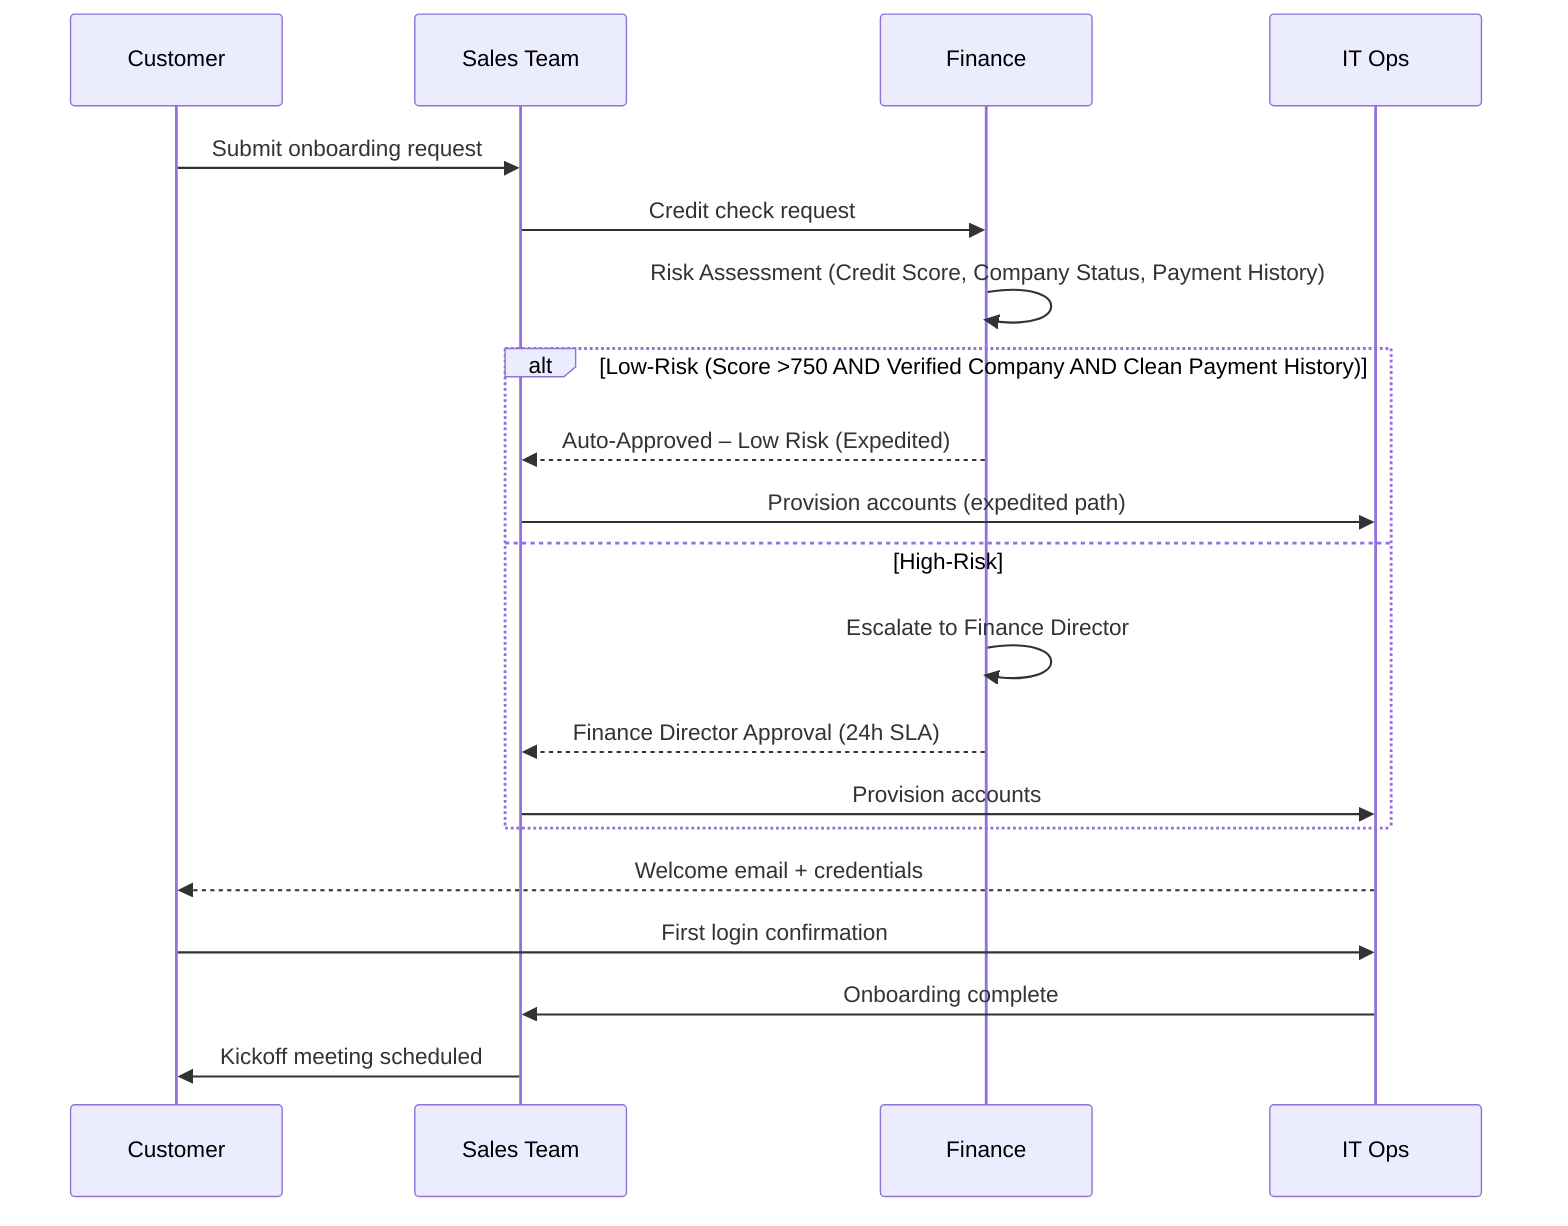
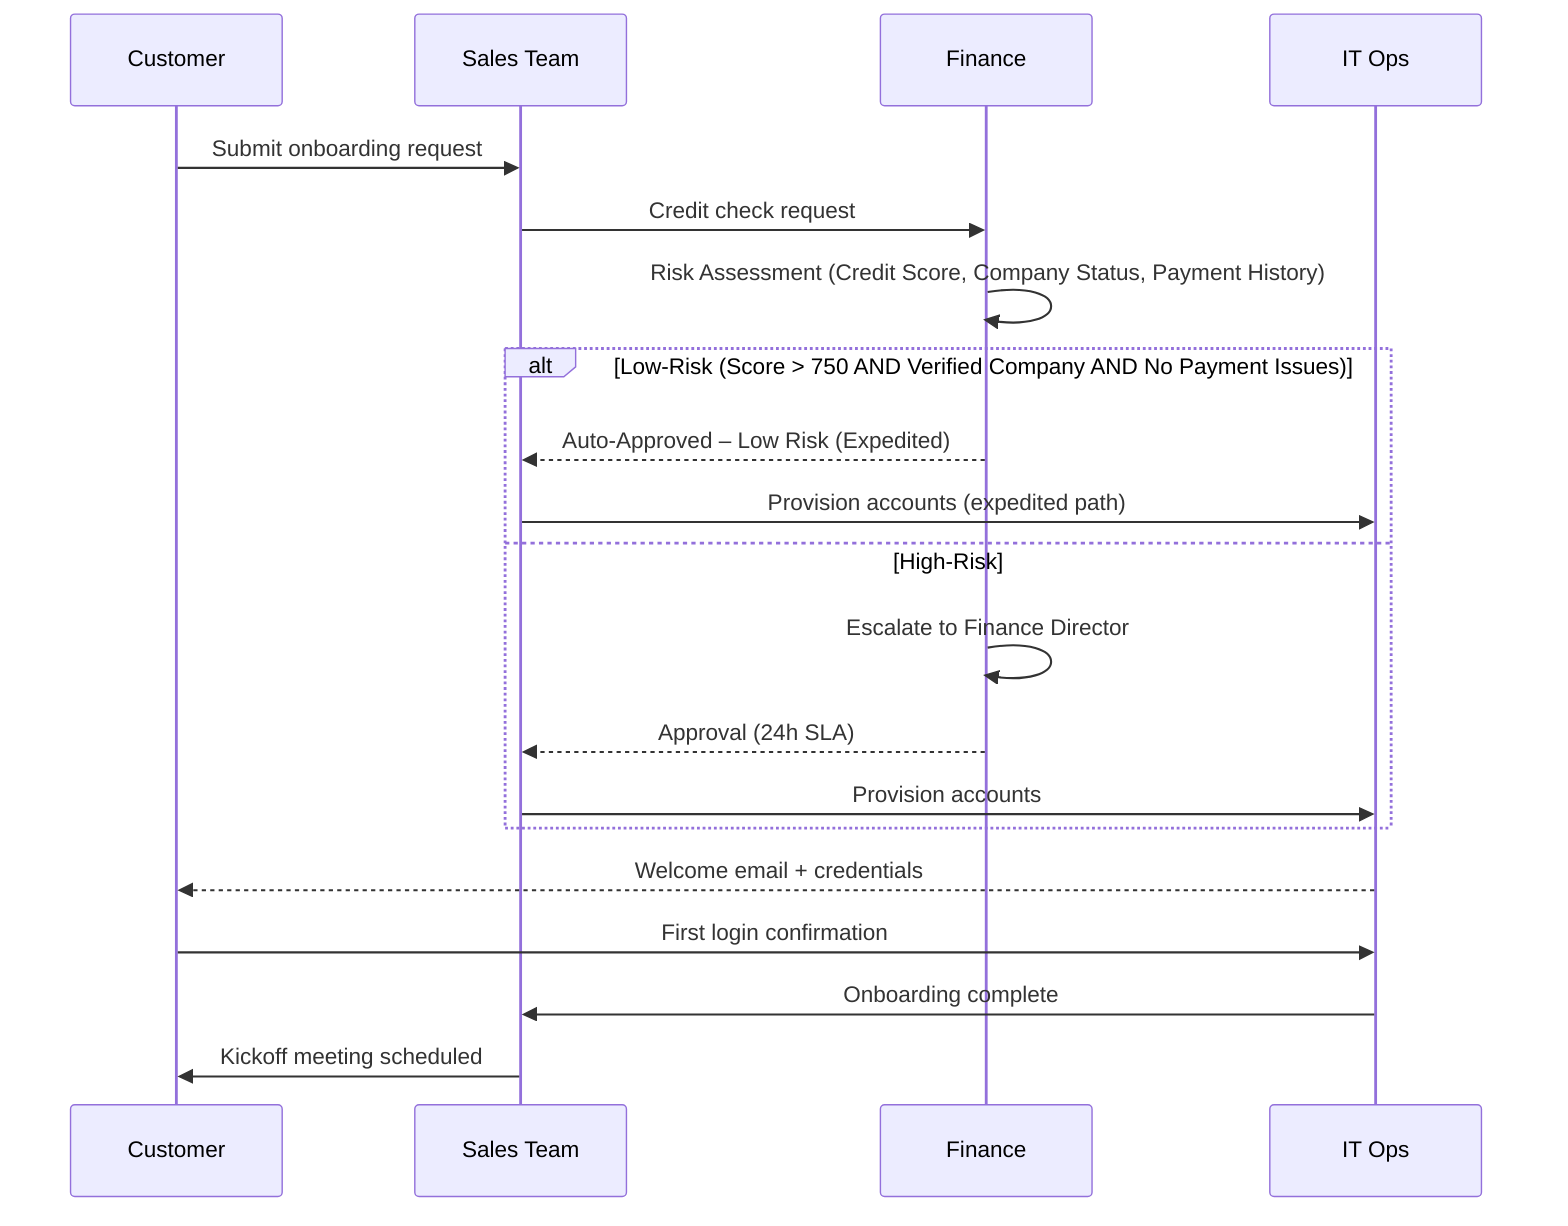
sequenceDiagram
    participant C as Customer
    participant S as Sales Team
    participant F as Finance
    participant IT as IT Ops

    C->>S: Submit onboarding request
    S->>F: Credit check request
    %% ⚡ CHANGED SECTION — Added risk assessment decision with expedited path for low-risk customers
    F->>F: Risk Assessment (Credit Score, Company Status, Payment History)
-     alt Low-Risk (Score >750 AND Verified Company AND Clean Payment History)
+     alt Low-Risk (Score > 750 AND Verified Company AND No Payment Issues)
        F-->>S: Auto-Approved – Low Risk (Expedited)
        S->>IT: Provision accounts (expedited path)
    else High-Risk
        F->>F: Escalate to Finance Director
-         F-->>S: Finance Director Approval (24h SLA)
+         F-->>S: Approval (24h SLA)
        S->>IT: Provision accounts
    end
    %% END CHANGED SECTION
    IT-->>C: Welcome email + credentials
    C->>IT: First login confirmation
    IT->>S: Onboarding complete
    S->>C: Kickoff meeting scheduled

%% EXPLANATION:
- %% Replaced the single Finance approval step with a risk assessment performed by Finance. An `alt` block now branches the flow: low-risk customers (credit score >750, verified company status, clean payment history) receive automatic approval and proceed directly to expedited account provisioning, while high-risk customers are escalated to the Finance Director for the existing 24h SLA approval before provisioning. All downstream steps (welcome email, first login, onboarding complete, kickoff meeting) remain unchanged for both paths.+ %% Replaced the single Finance approval step with a risk assessment decision point inside Finance. An `alt` block now branches into two paths: low-risk customers (credit score > 750, verified company status, no payment history issues) receive auto-approval and proceed directly to account provisioning via an expedited path, while high-risk customers are escalated to the Finance Director for the existing 24h SLA approval workflow. Both paths converge at account provisioning and continue through the same welcome and kickoff sequence.